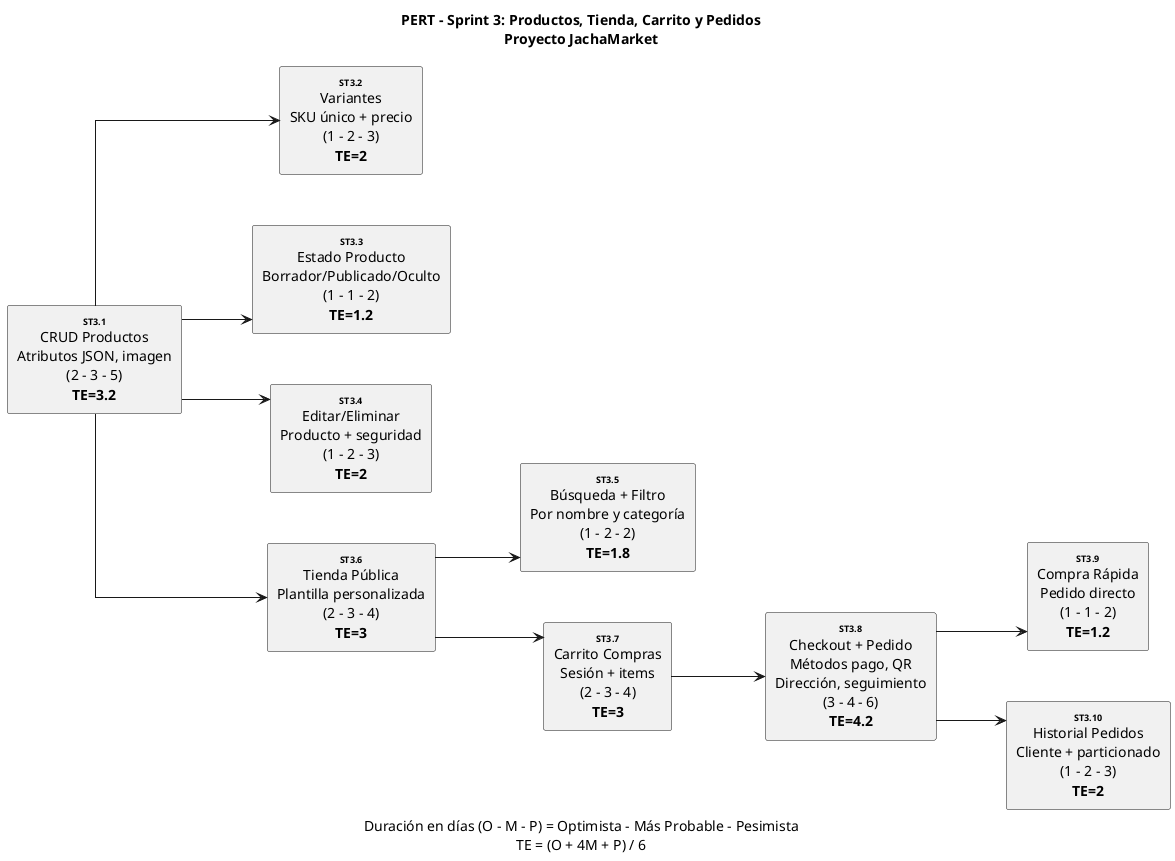
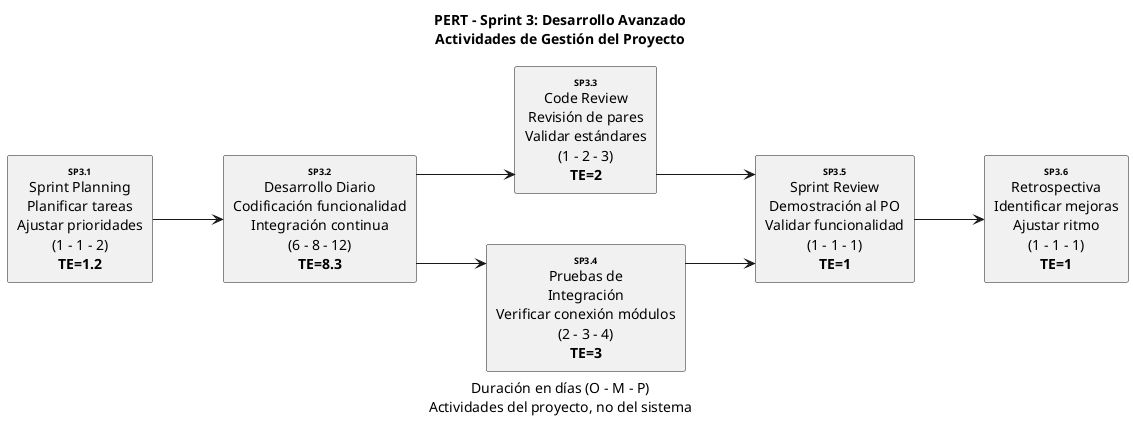
@startuml
- title PERT - Sprint 3: Productos, Tienda, Carrito y Pedidos\nProyecto JachaMarket
- caption Duración en días (O - M - P) = Optimista - Más Probable - Pesimista\nTE = (O + 4M + P) / 6
+ title PERT - Sprint 3: Desarrollo Avanzado\nActividades de Gestión del Proyecto
+ caption Duración en días (O - M - P)\nActividades del proyecto, no del sistema

skinparam linetype ortho
skinparam defaultTextAlignment center
skinparam nodeSep 50
skinparam rankSep 70

left to right direction

- rectangle "<size:9><b>ST3.1</b></size>\nCRUD Productos\nAtributos JSON, imagen\n(2 - 3 - 5)\n<b>TE=3.2</b>" as T01
- rectangle "<size:9><b>ST3.2</b></size>\nVariantes\nSKU único + precio\n(1 - 2 - 3)\n<b>TE=2</b>" as T02
- rectangle "<size:9><b>ST3.3</b></size>\nEstado Producto\nBorrador/Publicado/Oculto\n(1 - 1 - 2)\n<b>TE=1.2</b>" as T03
- rectangle "<size:9><b>ST3.4</b></size>\nEditar/Eliminar\nProducto + seguridad\n(1 - 2 - 3)\n<b>TE=2</b>" as T04
- rectangle "<size:9><b>ST3.5</b></size>\nBúsqueda + Filtro\nPor nombre y categoría\n(1 - 2 - 2)\n<b>TE=1.8</b>" as T05
- rectangle "<size:9><b>ST3.6</b></size>\nTienda Pública\nPlantilla personalizada\n(2 - 3 - 4)\n<b>TE=3</b>" as T06
- rectangle "<size:9><b>ST3.7</b></size>\nCarrito Compras\nSesión + items\n(2 - 3 - 4)\n<b>TE=3</b>" as T07
- rectangle "<size:9><b>ST3.8</b></size>\nCheckout + Pedido\nMétodos pago, QR\nDirección, seguimiento\n(3 - 4 - 6)\n<b>TE=4.2</b>" as T08
- rectangle "<size:9><b>ST3.9</b></size>\nCompra Rápida\nPedido directo\n(1 - 1 - 2)\n<b>TE=1.2</b>" as T09
- rectangle "<size:9><b>ST3.10</b></size>\nHistorial Pedidos\nCliente + particionado\n(1 - 2 - 3)\n<b>TE=2</b>" as T10
+ rectangle "<size:9><b>SP3.1</b></size>\nSprint Planning\nPlanificar tareas\nAjustar prioridades\n(1 - 1 - 2)\n<b>TE=1.2</b>" as T01
+ rectangle "<size:9><b>SP3.2</b></size>\nDesarrollo Diario\nCodificación funcionalidad\nIntegración continua\n(6 - 8 - 12)\n<b>TE=8.3</b>" as T02
+ rectangle "<size:9><b>SP3.3</b></size>\nCode Review\nRevisión de pares\nValidar estándares\n(1 - 2 - 3)\n<b>TE=2</b>" as T03
+ rectangle "<size:9><b>SP3.4</b></size>\nPruebas de\nIntegración\nVerificar conexión módulos\n(2 - 3 - 4)\n<b>TE=3</b>" as T04
+ rectangle "<size:9><b>SP3.5</b></size>\nSprint Review\nDemostración al PO\nValidar funcionalidad\n(1 - 1 - 1)\n<b>TE=1</b>" as T05
+ rectangle "<size:9><b>SP3.6</b></size>\nRetrospectiva\nIdentificar mejoras\nAjustar ritmo\n(1 - 1 - 1)\n<b>TE=1</b>" as T06

T01 --> T02
- T01 --> T03
- T01 --> T04
- T01 --> T06
- 
- T06 --> T05
- T06 --> T07
- T07 --> T08
- T08 --> T09
- T08 --> T10
+ T02 --> T03
+ T02 --> T04
+ T03 --> T05
+ T04 --> T05
+ T05 --> T06

@enduml
